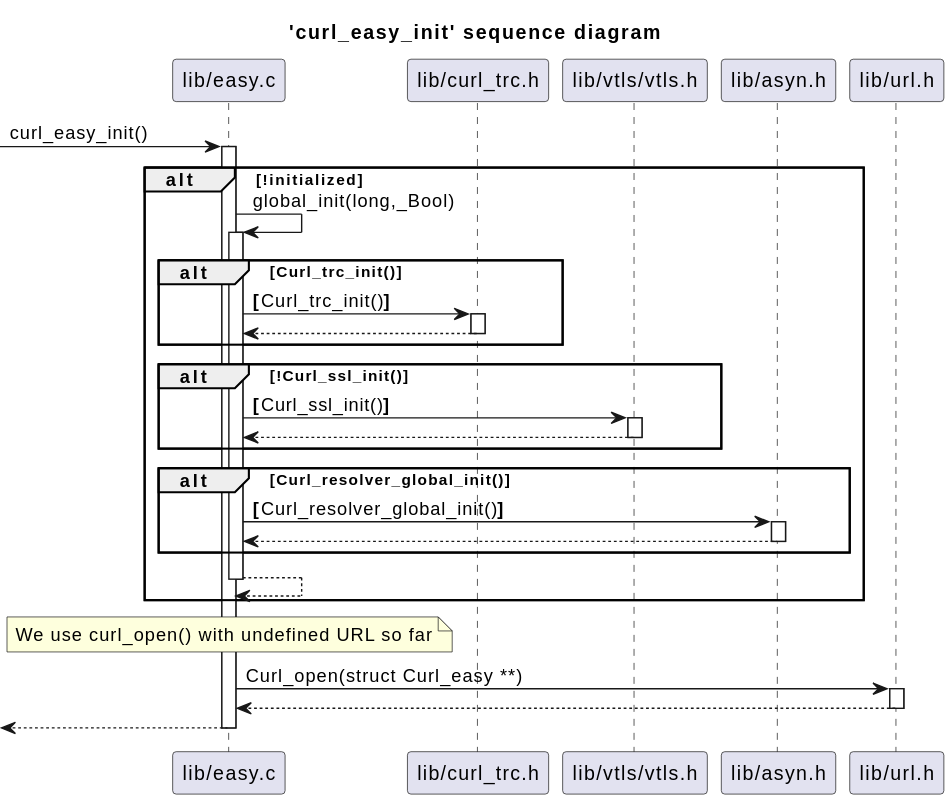
Before: curl/diagrams/curl_easy_init.svg, a diagram exported from PlantUML (bkryza/clang-uml-examples). Source of this version:
```plantuml
@startuml
title 'curl_easy_init' sequence diagram
participant "lib/easy.c" as C_0013686580212228222516
[-> C_0013686580212228222516 : curl_easy_init()
activate C_0013686580212228222516
alt !initialized
C_0013686580212228222516 -> C_0013686580212228222516 [[https://github.com/curl/curl/blob/34cf9d54a46598c44938aa7598820484d7af7133/lib/easy.c#L360{}]] : global_init(long,_Bool)
activate C_0013686580212228222516
alt Curl_trc_init()
participant "lib/curl_trc.h" as C_0000898269797836910488
C_0013686580212228222516 -> C_0000898269797836910488 [[https://github.com/curl/curl/blob/34cf9d54a46598c44938aa7598820484d7af7133/lib/easy.c#L163{}]] : **[**Curl_trc_init()**]**
activate C_0000898269797836910488
C_0000898269797836910488 --> C_0013686580212228222516
deactivate C_0000898269797836910488
end
alt !Curl_ssl_init()
participant "lib/vtls/vtls.h" as C_0016379285197593915683
C_0013686580212228222516 -> C_0016379285197593915683 [[https://github.com/curl/curl/blob/34cf9d54a46598c44938aa7598820484d7af7133/lib/easy.c#L168{}]] : **[**Curl_ssl_init()**]**
activate C_0016379285197593915683
C_0016379285197593915683 --> C_0013686580212228222516
deactivate C_0016379285197593915683
end
alt Curl_resolver_global_init()
participant "lib/asyn.h" as C_0005849726571181810329
C_0013686580212228222516 -> C_0005849726571181810329 [[https://github.com/curl/curl/blob/34cf9d54a46598c44938aa7598820484d7af7133/lib/easy.c#L188{}]] : **[**Curl_resolver_global_init()**]**
activate C_0005849726571181810329
C_0005849726571181810329 --> C_0013686580212228222516
deactivate C_0005849726571181810329
end
C_0013686580212228222516 --> C_0013686580212228222516
deactivate C_0013686580212228222516
end
participant "lib/url.h" as C_0005088518788478813699
note over C_0013686580212228222516
We use curl_open() with undefined URL so far
end note
C_0013686580212228222516 -> C_0005088518788478813699 [[https://github.com/curl/curl/blob/34cf9d54a46598c44938aa7598820484d7af7133/lib/easy.c#L371{}]] : Curl_open(struct Curl_easy **)
activate C_0005088518788478813699
C_0005088518788478813699 --> C_0013686580212228222516
deactivate C_0005088518788478813699
[<-- C_0013686580212228222516
deactivate C_0013686580212228222516

@enduml
```
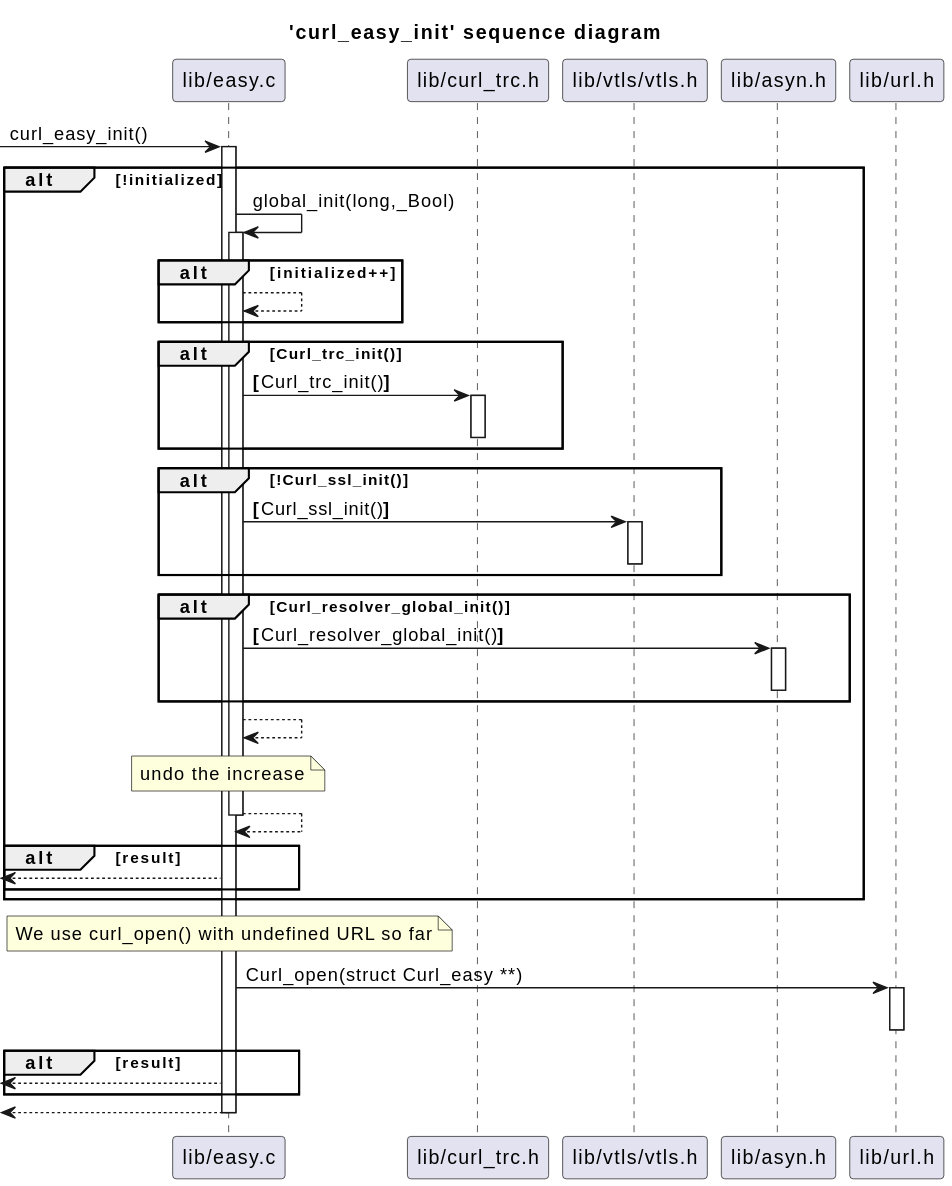
After the change.

What changed in the source:
```diff
@@ -6,29 +6,36 @@
 alt !initialized
 C_0013686580212228222516 -> C_0013686580212228222516 [[https://github.com/curl/curl/blob/34cf9d54a46598c44938aa7598820484d7af7133/lib/easy.c#L360{}]] : global_init(long,_Bool)
 activate C_0013686580212228222516
+alt initialized++
+C_0013686580212228222516 --> C_0013686580212228222516
+end
 alt Curl_trc_init()
 participant "lib/curl_trc.h" as C_0000898269797836910488
 C_0013686580212228222516 -> C_0000898269797836910488 [[https://github.com/curl/curl/blob/34cf9d54a46598c44938aa7598820484d7af7133/lib/easy.c#L163{}]] : **[**Curl_trc_init()**]**
 activate C_0000898269797836910488
-C_0000898269797836910488 --> C_0013686580212228222516
 deactivate C_0000898269797836910488
 end
 alt !Curl_ssl_init()
 participant "lib/vtls/vtls.h" as C_0016379285197593915683
 C_0013686580212228222516 -> C_0016379285197593915683 [[https://github.com/curl/curl/blob/34cf9d54a46598c44938aa7598820484d7af7133/lib/easy.c#L168{}]] : **[**Curl_ssl_init()**]**
 activate C_0016379285197593915683
-C_0016379285197593915683 --> C_0013686580212228222516
 deactivate C_0016379285197593915683
 end
 alt Curl_resolver_global_init()
 participant "lib/asyn.h" as C_0005849726571181810329
 C_0013686580212228222516 -> C_0005849726571181810329 [[https://github.com/curl/curl/blob/34cf9d54a46598c44938aa7598820484d7af7133/lib/easy.c#L188{}]] : **[**Curl_resolver_global_init()**]**
 activate C_0005849726571181810329
-C_0005849726571181810329 --> C_0013686580212228222516
 deactivate C_0005849726571181810329
 end
 C_0013686580212228222516 --> C_0013686580212228222516
+note over C_0013686580212228222516
+undo the increase
+end note
+C_0013686580212228222516 --> C_0013686580212228222516
 deactivate C_0013686580212228222516
+alt result
+[<-- C_0013686580212228222516
+end
 end
 participant "lib/url.h" as C_0005088518788478813699
 note over C_0013686580212228222516
@@ -36,8 +43,10 @@
 end note
 C_0013686580212228222516 -> C_0005088518788478813699 [[https://github.com/curl/curl/blob/34cf9d54a46598c44938aa7598820484d7af7133/lib/easy.c#L371{}]] : Curl_open(struct Curl_easy **)
 activate C_0005088518788478813699
-C_0005088518788478813699 --> C_0013686580212228222516
 deactivate C_0005088518788478813699
+alt result
+[<-- C_0013686580212228222516
+end
 [<-- C_0013686580212228222516
 deactivate C_0013686580212228222516
 
```
